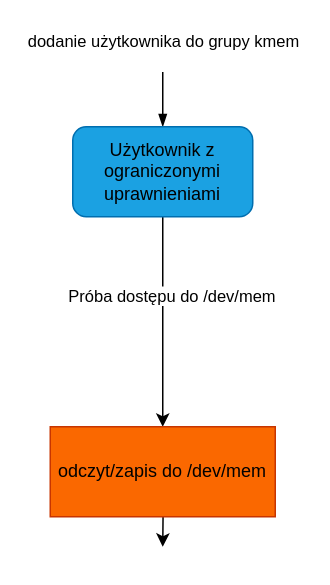
Earlier version of the draw.io diagram Diagrams/Eskalacja - teoria.drawio (mdkochanowicz/Security-of-Operating-Systems-in-Virtual-Environments). Source tidied: cells renumbered, new cells numbered last; positions are measured from the earlier drawing's top-left corner, leaving out a move shared by most shapes. Both pictures are drawn from the tidied source at 150%, with x=0, y=0 at pixel (50, 36).
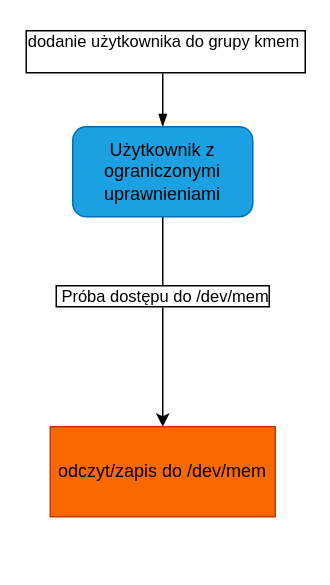
Above is the later version.

The edit, as a diff of the source:
```diff
@@
 <mxGraphModel>
   <root>
     <mxCell id="0" />
     <mxCell id="1" parent="0" />
     <mxCell id="2" style="edgeStyle=orthogonalEdgeStyle;rounded=0;jettySize=auto;html=1;strokeColor=light-dark(#000000,#000000);endArrow=none;endFill=0;startArrow=blockThin;startFill=1;" parent="1" edge="1" source="6">
       <mxGeometry relative="1" as="geometry">
         <mxPoint x="75" as="targetPoint" />
       </mxGeometry>
     </mxCell>
-    <mxCell id="3" value="&lt;div&gt;dodanie użytkownika do grupy kmem&amp;nbsp;&lt;/div&gt;&lt;div&gt;&lt;br&gt;&lt;/div&gt;" style="edgeLabel;html=1;align=center;verticalAlign=middle;" parent="2" vertex="1">
+    <mxCell id="3" value="&lt;div&gt;dodanie użytkownika do grupy kmem&amp;nbsp;&lt;/div&gt;&lt;div&gt;&lt;br&gt;&lt;/div&gt;" style="edgeLabel;html=1;align=center;verticalAlign=middle;labelBorderColor=light-dark(#000000,#000000);" parent="2" vertex="1">
       <mxGeometry x="0.7" y="-1" relative="1" as="geometry" />
     </mxCell>
     <mxCell id="4" style="edgeStyle=orthogonalEdgeStyle;rounded=0;jettySize=auto;html=1;entryX=0.5;entryY=0;entryDx=0;entryDy=0;strokeColor=light-dark(#000000,#000000);" parent="1" edge="1" source="6" target="8">
       <mxGeometry relative="1" as="geometry" />
     </mxCell>
-    <mxCell id="5" value="&amp;nbsp; &amp;nbsp; Próba dostępu do /dev/mem" style="edgeLabel;html=1;align=center;verticalAlign=middle;" parent="4" vertex="1">
+    <mxCell id="5" value="&amp;nbsp;Próba dostępu do /dev/mem" style="edgeLabel;html=1;align=center;verticalAlign=middle;labelBorderColor=light-dark(#000000,#000000);" parent="4" vertex="1">
       <mxGeometry x="-0.26" y="-1" relative="1" as="geometry" />
     </mxCell>
     <mxCell id="6" value="&lt;span style=&quot;color: light-dark(rgb(0, 0, 0), rgb(255, 255, 255));&quot;&gt;Użytkownik z ograniczonymi uprawnieniami&lt;/span&gt;" style="rounded=1;whiteSpace=wrap;html=1;fillColor=#1ba1e2;fontColor=#ffffff;strokeColor=#006EAF;" parent="1" vertex="1">
       <mxGeometry x="15" y="60" width="120" height="60" as="geometry" />
     </mxCell>
-    <mxCell id="7" style="edgeStyle=orthogonalEdgeStyle;rounded=0;orthogonalLoop=1;jettySize=auto;html=1;exitX=1;exitY=0.5;exitDx=0;exitDy=0;strokeColor=light-dark(#000000,#000000);" parent="1" edge="1">
-      <mxGeometry relative="1" as="geometry">
-        <mxPoint x="135" y="290" as="sourcePoint" />
-        <mxPoint x="75" y="340" as="targetPoint" />
-      </mxGeometry>
-    </mxCell>
     <mxCell id="8" value="odczyt/zapis do /dev/mem" style="rounded=0;whiteSpace=wrap;html=1;fillColor=#fa6800;fontColor=#000000;strokeColor=#C73500;" parent="1" vertex="1">
       <mxGeometry y="260" width="150" height="60" as="geometry" />
     </mxCell>
   </root>
 </mxGraphModel>
```
